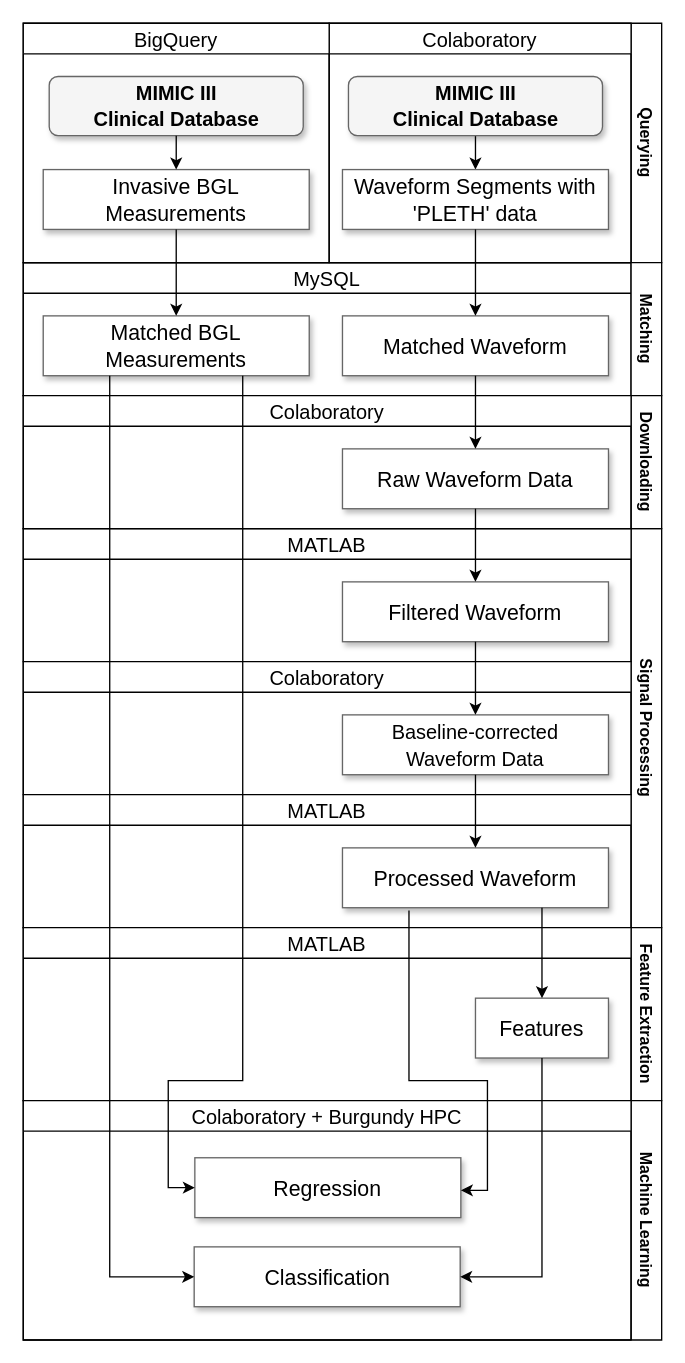
INll/fyp-graphs keeps this draw.io diagram as Untitled Diagram.drawio. Above is the earlier version. Source tidied: cells renumbered, new cells numbered last; positions are measured from the earlier drawing's top-left corner, leaving out a move shared by most shapes. Both pictures are drawn from the tidied source at 133%, with x=0, y=0 at pixel (23, 23).
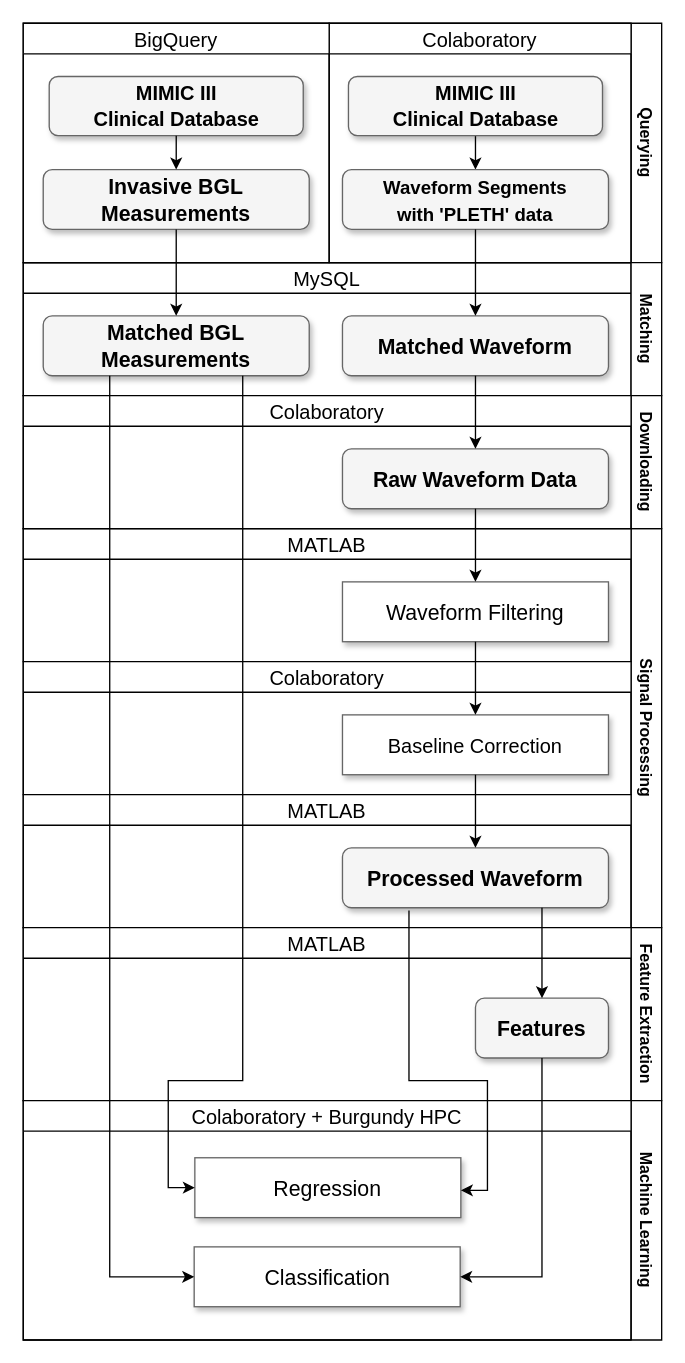
After the change.

Commit message:
Update color-coding

Unchanged cells that the change refers to:
```xml
<mxCell id="4" value="Colaboratory" style="swimlane;rounded=0;fontSize=15;fillColor=#FFFFFF;startSize=23;fontStyle=0;" parent="3" vertex="1">
  <mxGeometry x="230" width="227" height="180" as="geometry" />
</mxCell>
<mxCell id="8" value="BigQuery" style="swimlane;rounded=0;fontSize=15;fillColor=#FFFFFF;startSize=23;fontStyle=0;" parent="3" vertex="1">
  <mxGeometry width="230" height="180" as="geometry" />
</mxCell>
<mxCell id="13" value="MATLAB" style="swimlane;rounded=0;fontSize=15;fillColor=#FFFFFF;fontStyle=0;" parent="12" vertex="1">
  <mxGeometry width="457" height="100" as="geometry" />
</mxCell>
<mxCell id="15" value="Colaboratory" style="swimlane;rounded=0;fontSize=15;fillColor=#FFFFFF;fontStyle=0;" parent="12" vertex="1">
  <mxGeometry y="100" width="457" height="100" as="geometry" />
</mxCell>
<mxCell id="17" value="MATLAB" style="swimlane;rounded=0;fontSize=15;fillColor=#FFFFFF;fontStyle=0;" parent="12" vertex="1">
  <mxGeometry y="200" width="457" height="100" as="geometry" />
</mxCell>
<mxCell id="21" value="Matching" style="swimlane;horizontal=0;rotation=-180;startSize=23;fontStyle=1;" parent="1" vertex="1">
  <mxGeometry y="180" width="480" height="100" as="geometry" />
</mxCell>
<mxCell id="27" value="Colaboratory" style="swimlane;rounded=0;fontSize=15;fillColor=#FFFFFF;fontStyle=0;" parent="26" vertex="1">
  <mxGeometry width="457" height="100" as="geometry" />
</mxCell>
<mxCell id="32" value="MATLAB" style="swimlane;rounded=0;fontSize=15;fillColor=#FFFFFF;fontStyle=0;" parent="31" vertex="1">
  <mxGeometry width="457" height="130" as="geometry" />
</mxCell>
```

The edit, as a diff of the source:
```diff
@@
-    <mxCell id="6" value="&lt;b style=&quot;font-size: 15px;&quot;&gt;&lt;font style=&quot;font-size: 15px;&quot;&gt;MIMIC III&lt;br&gt;Clinical Database&lt;/font&gt;&lt;/b&gt;" style="whiteSpace=wrap;html=1;rounded=1;shadow=1;strokeWidth=1;fontSize=16;align=center;fillColor=#f5f5f5;strokeColor=#666666;" parent="4" vertex="1">
+    <mxCell id="6" value="&lt;b style=&quot;font-size: 15px;&quot;&gt;&lt;font style=&quot;font-size: 15px;&quot;&gt;MIMIC III&lt;br&gt;Clinical Database&lt;/font&gt;&lt;/b&gt;" style="whiteSpace=wrap;html=1;rounded=1;shadow=1;strokeWidth=1;fontSize=16;align=center;fillColor=#F5F5F5;strokeColor=#666666;" parent="4" vertex="1">
       <mxGeometry x="14.5" y="40" width="191" height="44.5" as="geometry" />
     </mxCell>
-    <mxCell id="7" value="Waveform Segments with&lt;br&gt;'PLETH' data" style="whiteSpace=wrap;html=1;rounded=0;shadow=1;strokeWidth=1;fontSize=16;align=center;fillColor=#FFFFFF;strokeColor=#666666;" parent="4" vertex="1">
+    <mxCell id="7" value="&lt;font style=&quot;font-size: 14px;&quot;&gt;Waveform Segments &lt;br&gt;with 'PLETH' data&lt;/font&gt;" style="whiteSpace=wrap;html=1;rounded=1;shadow=1;strokeWidth=1;fontSize=16;align=center;fillColor=#F5F5F5;strokeColor=#666666;fontStyle=1;" parent="4" vertex="1">
       <mxGeometry x="10" y="110" width="200" height="45" as="geometry" />
     </mxCell>
@@
-    <mxCell id="9" value="Invasive BGL Measurements" style="whiteSpace=wrap;html=1;rounded=0;shadow=1;strokeWidth=1;fontSize=16;align=center;fillColor=#FFFFFF;strokeColor=#666666;" parent="8" vertex="1">
+    <mxCell id="9" value="&lt;b&gt;&lt;font style=&quot;font-size: 16px;&quot;&gt;Invasive BGL Measurements&lt;/font&gt;&lt;/b&gt;" style="whiteSpace=wrap;html=1;rounded=1;shadow=1;strokeWidth=1;fontSize=16;align=center;fillColor=#F5F5F5;strokeColor=#666666;" parent="8" vertex="1">
       <mxGeometry x="15" y="110" width="200" height="45" as="geometry" />
     </mxCell>
@@
-    <mxCell id="14" value="Filtered Waveform" style="whiteSpace=wrap;html=1;rounded=0;shadow=1;strokeWidth=1;fontSize=16;align=center;fillColor=#FFFFFF;strokeColor=#666666;" parent="13" vertex="1">
+    <mxCell id="14" value="Waveform Filtering" style="whiteSpace=wrap;html=1;rounded=0;shadow=1;strokeWidth=1;fontSize=16;align=center;fillColor=#FFFFFF;strokeColor=#666666;" parent="13" vertex="1">
       <mxGeometry x="240" y="40" width="200" height="45" as="geometry" />
     </mxCell>
@@
-    <mxCell id="16" value="&lt;font style=&quot;font-size: 15px;&quot;&gt;Baseline-corrected &lt;br&gt;Waveform Data&lt;/font&gt;" style="whiteSpace=wrap;html=1;rounded=0;shadow=1;strokeWidth=1;fontSize=16;align=center;fillColor=#FFFFFF;strokeColor=#666666;" parent="15" vertex="1">
+    <mxCell id="16" value="&lt;span style=&quot;font-size: 15px;&quot;&gt;Baseline Correction&lt;/span&gt;" style="whiteSpace=wrap;html=1;rounded=0;shadow=1;strokeWidth=1;fontSize=16;align=center;fillColor=#FFFFFF;strokeColor=#666666;" parent="15" vertex="1">
       <mxGeometry x="240" y="40" width="200" height="45" as="geometry" />
     </mxCell>
@@
-    <mxCell id="18" value="Processed Waveform" style="whiteSpace=wrap;html=1;rounded=0;shadow=1;strokeWidth=1;fontSize=16;align=center;fillColor=#FFFFFF;strokeColor=#666666;" parent="17" vertex="1">
+    <mxCell id="18" value="&lt;b&gt;Processed Waveform&lt;/b&gt;" style="whiteSpace=wrap;html=1;rounded=1;shadow=1;strokeWidth=1;fontSize=16;align=center;fillColor=#F5F5F5;strokeColor=#666666;" parent="17" vertex="1">
       <mxGeometry x="240" y="40" width="200" height="45" as="geometry" />
     </mxCell>
@@
-    <mxCell id="22" value="Matched Waveform" style="whiteSpace=wrap;html=1;rounded=0;shadow=1;strokeWidth=1;fontSize=16;align=center;fillColor=#FFFFFF;strokeColor=#666666;" parent="21" vertex="1">
+    <mxCell id="22" value="Matched Waveform" style="whiteSpace=wrap;html=1;rounded=1;shadow=1;strokeWidth=1;fontSize=16;align=center;fillColor=#F5F5F5;strokeColor=#666666;fontStyle=1;" parent="21" vertex="1">
       <mxGeometry x="240" y="40" width="200" height="45" as="geometry" />
     </mxCell>
-    <mxCell id="23" value="Matched BGL Measurements" style="whiteSpace=wrap;html=1;rounded=0;shadow=1;strokeWidth=1;fontSize=16;align=center;fillColor=#FFFFFF;strokeColor=#666666;" parent="21" vertex="1">
+    <mxCell id="23" value="Matched BGL Measurements" style="whiteSpace=wrap;html=1;rounded=1;shadow=1;strokeWidth=1;fontSize=16;align=center;fillColor=#F5F5F5;strokeColor=#666666;fontStyle=1;" parent="21" vertex="1">
       <mxGeometry x="15" y="40" width="200" height="45" as="geometry" />
     </mxCell>
@@
-    <mxCell id="28" value="Raw Waveform Data" style="whiteSpace=wrap;html=1;rounded=0;shadow=1;strokeWidth=1;fontSize=16;align=center;fillColor=#FFFFFF;strokeColor=#666666;" parent="27" vertex="1">
+    <mxCell id="28" value="Raw Waveform Data" style="whiteSpace=wrap;html=1;rounded=1;shadow=1;strokeWidth=1;fontSize=16;align=center;fillColor=#F5F5F5;strokeColor=#666666;fontStyle=1;" parent="27" vertex="1">
       <mxGeometry x="240" y="40" width="200" height="45" as="geometry" />
     </mxCell>
@@
-    <mxCell id="33" value="Features" style="whiteSpace=wrap;html=1;rounded=0;shadow=1;strokeWidth=1;fontSize=16;align=center;fillColor=#FFFFFF;strokeColor=#666666;" parent="32" vertex="1">
+    <mxCell id="33" value="&lt;b&gt;Features&lt;/b&gt;" style="whiteSpace=wrap;html=1;rounded=1;shadow=1;strokeWidth=1;fontSize=16;align=center;fillColor=#F5F5F5;strokeColor=#666666;" parent="32" vertex="1">
       <mxGeometry x="340" y="53" width="100" height="45" as="geometry" />
     </mxCell>
```
